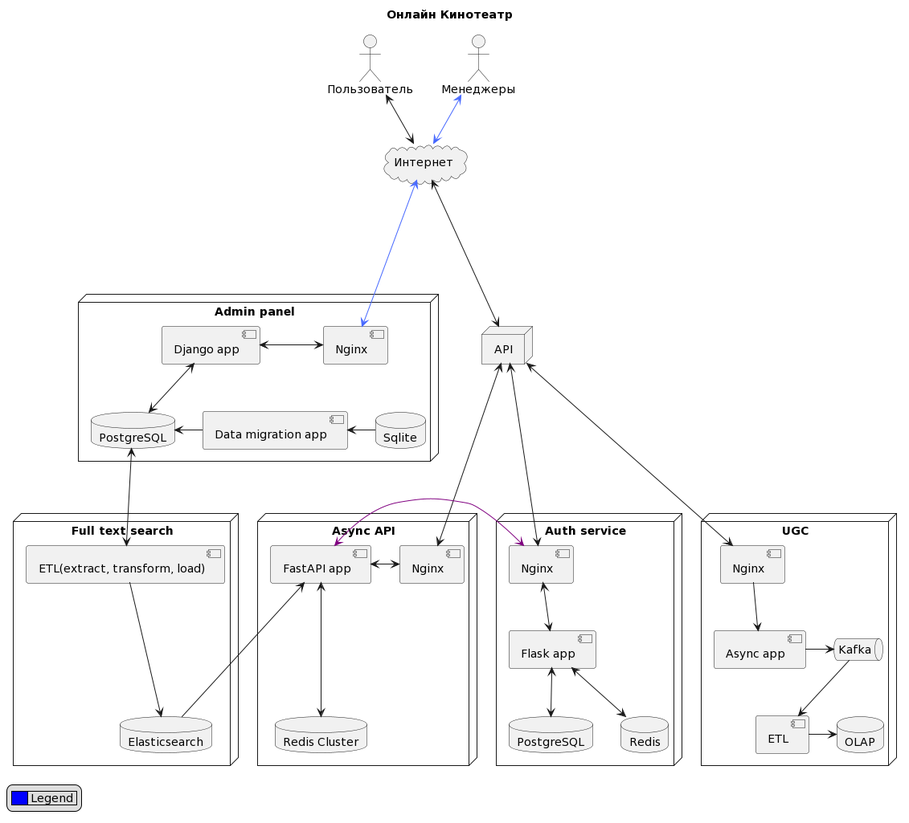
This is diagram/diagram.png from Natrezzim/ugc_sprint_1, a PlantUML export, as it was before one commit.
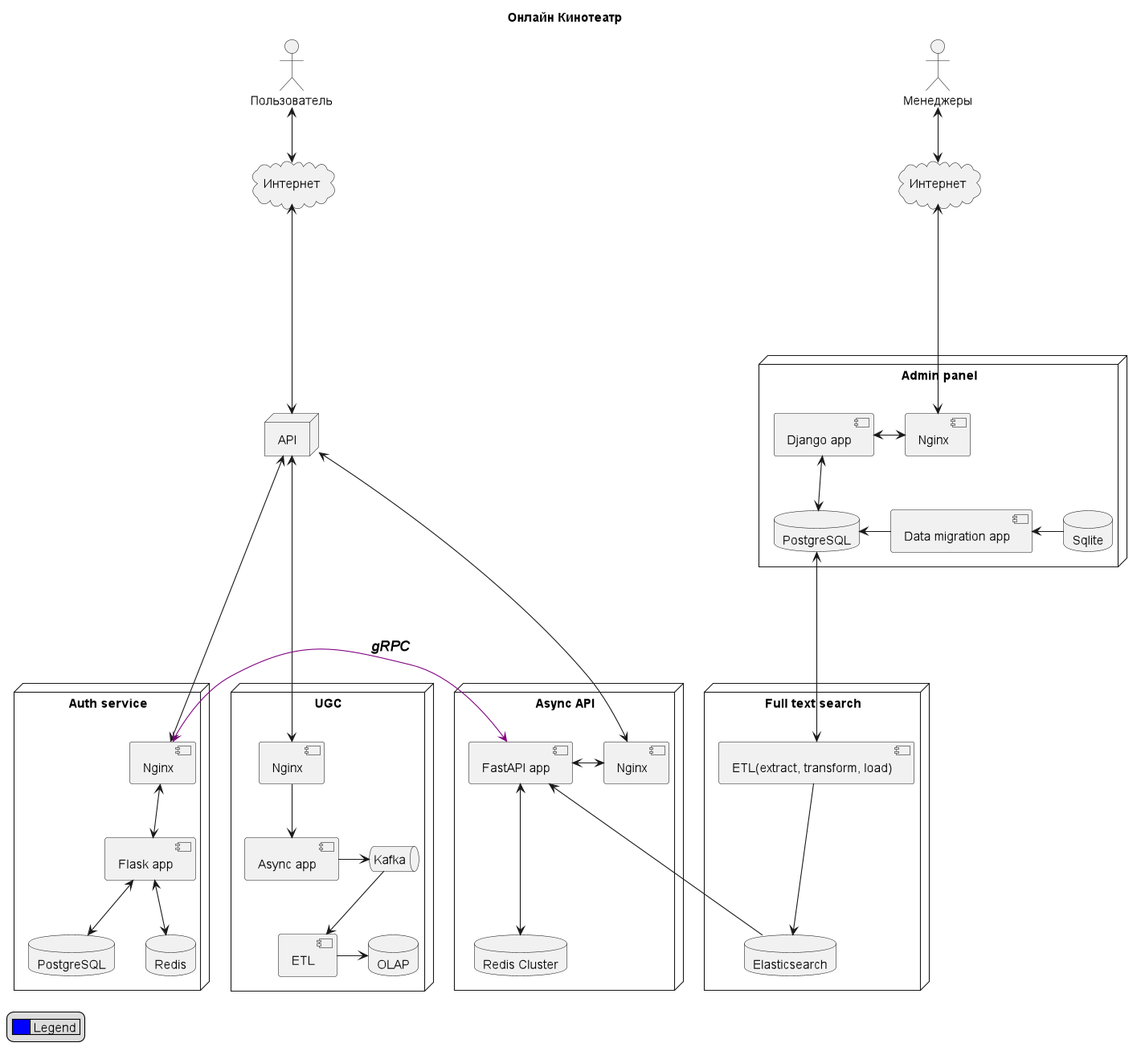
The same diagram one commit later.

Change to the diagram source:
```diff
@@ -7,6 +7,9 @@
 actor "Менеджеры" as manager
 
 cloud "Интернет" as internet{
+}
+
+cloud "Интернет" as manager_internet{
 }
 
 node "API" as api{
@@ -64,17 +67,18 @@
 api <----> auth_nginx
 api <----> asyncapi_nginx
 api <----> ugc_nginx
-auth_nginx <-[#800080]> asyncapi_app
+auth_nginx <-[#800080]> asyncapi_app : <size:16><i><b>gRPC</b></i></size>\n
 
 ap_db_pg <---> fts_etl
 asyncapi_app <--- fts_elastic
 
-manager <-[#4567ff]-> internet
-internet <-[#4567ff]---> ap_nginx
+manager <--> manager_internet
+manager_internet <----> ap_nginx
 
 
 
 legend left
     |<#0000FF>     | Legend |
 end legend
+
 @enduml
```
